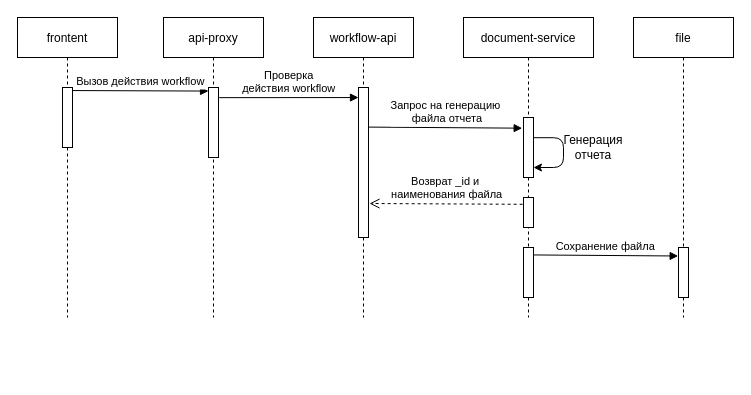
Earlier version of the draw.io diagram document-service/asyncExport.drawio (effective-group/docs-drawio). Source tidied: cells renumbered, new cells numbered last; positions are measured from the earlier drawing's top-left corner, leaving out a move shared by most shapes. Both pictures are drawn from the tidied source at 100%, with x=0, y=0 at pixel (17, 17).
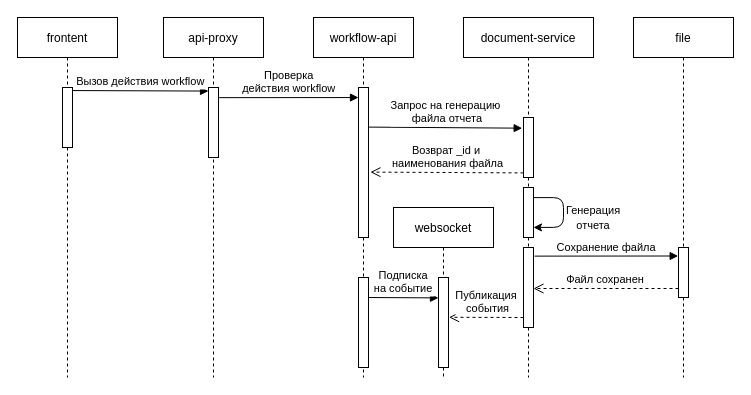
After the change.

Unchanged cells that the change refers to:
```xml
<mxCell id="14" style="points=[];perimeter=orthogonalPerimeter;rounded=0;shadow=0;strokeWidth=1;" parent="13" vertex="1">
  <mxGeometry x="45" y="230" width="10" height="50" as="geometry" />
</mxCell>
```

What changed in the source:
```diff
@@
     <mxCell id="2" value="frontent" style="shape=umlLifeline;perimeter=lifelinePerimeter;rounded=0;shadow=0;strokeWidth=1;" parent="1" vertex="1">
-      <mxGeometry width="100" height="300" as="geometry" />
+      <mxGeometry width="100" height="360" as="geometry" />
     </mxCell>
@@
     <mxCell id="4" value="api-proxy" style="shape=umlLifeline;perimeter=lifelinePerimeter;rounded=0;shadow=0;strokeWidth=1;" parent="1" vertex="1">
-      <mxGeometry x="146" width="100" height="300" as="geometry" />
+      <mxGeometry x="146" width="100" height="360" as="geometry" />
     </mxCell>
@@
     <mxCell id="6" value="workflow-api" style="shape=umlLifeline;perimeter=lifelinePerimeter;rounded=0;shadow=0;strokeWidth=1;" parent="1" vertex="1">
-      <mxGeometry x="296" width="100" height="300" as="geometry" />
+      <mxGeometry x="296" width="100" height="360" as="geometry" />
     </mxCell>
@@
+    <mxCell id="21" style="perimeter=orthogonalPerimeter;rounded=0;shadow=0;strokeWidth=1;" parent="6" vertex="1">
+      <mxGeometry x="45" y="260" width="10" height="90" as="geometry" />
+    </mxCell>
     <mxCell id="8" value="document-service" style="shape=umlLifeline;perimeter=lifelinePerimeter;rounded=0;shadow=0;strokeWidth=1;" parent="1" vertex="1">
-      <mxGeometry x="446" width="130" height="300" as="geometry" />
+      <mxGeometry x="446" width="130" height="360" as="geometry" />
     </mxCell>
@@
     <mxCell id="10" style="edgeStyle=elbowEdgeStyle;elbow=horizontal;endArrow=classic;html=1;exitX=1.039;exitY=0.003;exitDx=0;exitDy=0;exitPerimeter=0;" parent="8" edge="1">
       <mxGeometry relative="1" as="geometry">
-        <mxPoint x="70.4" y="120.2" as="sourcePoint" />
-        <mxPoint x="70" y="150" as="targetPoint" />
+        <mxPoint x="70.4" y="180.1" as="sourcePoint" />
+        <mxPoint x="70" y="209.9" as="targetPoint" />
         <Array as="points">
-          <mxPoint x="100" y="150" />
-          <mxPoint x="100" y="119" />
+          <mxPoint x="100" y="209.9" />
+          <mxPoint x="100" y="178.9" />
         </Array>
       </mxGeometry>
     </mxCell>
     <mxCell id="11" style="points=[];perimeter=orthogonalPerimeter;rounded=0;shadow=0;strokeWidth=1;" parent="8" vertex="1">
-      <mxGeometry x="60" y="180" width="10" height="30" as="geometry" />
+      <mxGeometry x="60" y="170" width="10" height="50" as="geometry" />
     </mxCell>
     <mxCell id="12" style="points=[];perimeter=orthogonalPerimeter;rounded=0;shadow=0;strokeWidth=1;" parent="8" vertex="1">
-      <mxGeometry x="60" y="230" width="10" height="50" as="geometry" />
+      <mxGeometry x="60" y="230" width="10" height="80" as="geometry" />
     </mxCell>
+    <mxCell id="20" value="Возврат _id и&#10; наименования файла" style="verticalAlign=bottom;endArrow=open;dashed=1;endSize=8;shadow=0;strokeWidth=1;exitX=-0.085;exitY=0.227;exitDx=0;exitDy=0;exitPerimeter=0;" parent="8" edge="1">
+      <mxGeometry relative="1" as="geometry">
+        <mxPoint x="60" y="155.4" as="sourcePoint" />
+        <mxPoint x="-93.1" y="154.6" as="targetPoint" />
+      </mxGeometry>
+    </mxCell>
+    <mxCell id="22" value="Публикация&#10; события" style="verticalAlign=bottom;endArrow=open;dashed=1;endSize=8;shadow=0;strokeWidth=1;exitX=-0.085;exitY=0.227;exitDx=0;exitDy=0;exitPerimeter=0;entryX=1.056;entryY=0.442;entryDx=0;entryDy=0;entryPerimeter=0;" parent="8" edge="1" target="25">
+      <mxGeometry relative="1" as="geometry">
+        <mxPoint x="60" y="300" as="sourcePoint" />
+      </mxGeometry>
+    </mxCell>
     <mxCell id="13" value="file" style="shape=umlLifeline;perimeter=lifelinePerimeter;rounded=0;shadow=0;strokeWidth=1;" parent="1" vertex="1">
-      <mxGeometry x="616" width="100" height="300" as="geometry" />
+      <mxGeometry x="616" width="100" height="360" as="geometry" />
     </mxCell>
@@
+    <mxCell id="23" value="Файл сохранен" style="verticalAlign=bottom;endArrow=open;dashed=1;endSize=8;shadow=0;strokeWidth=1;exitX=-0.085;exitY=0.227;exitDx=0;exitDy=0;exitPerimeter=0;" parent="13" edge="1">
+      <mxGeometry relative="1" as="geometry">
+        <mxPoint x="45" y="271" as="sourcePoint" />
+        <mxPoint x="-100" y="271" as="targetPoint" />
+      </mxGeometry>
+    </mxCell>
@@
-    <mxCell id="18" value="Генерация отчета" style="text;html=1;strokeColor=none;fillColor=none;align=center;verticalAlign=middle;whiteSpace=wrap;rounded=0;" parent="1" vertex="1">
-      <mxGeometry x="556" y="120" width="40" height="20" as="geometry" />
+    <mxCell id="18" value="&lt;font style=&quot;font-size: 11px;&quot;&gt;Генерация отчета&lt;/font&gt;" style="text;html=1;strokeColor=none;fillColor=none;align=center;verticalAlign=middle;whiteSpace=wrap;rounded=0;" parent="1" vertex="1">
+      <mxGeometry x="556" y="190" width="40" height="20" as="geometry" />
     </mxCell>
-    <mxCell id="19" value="Сохранение файла" style="verticalAlign=bottom;endArrow=block;shadow=0;strokeWidth=1;exitX=1.021;exitY=0.149;exitDx=0;exitDy=0;exitPerimeter=0;entryX=-0.032;entryY=0.17;entryDx=0;entryDy=0;entryPerimeter=0;" parent="1" edge="1" source="12" target="14">
+    <mxCell id="19" value="Сохранение файла" style="verticalAlign=bottom;endArrow=block;shadow=0;strokeWidth=1;exitX=1.11;exitY=0.108;exitDx=0;exitDy=0;exitPerimeter=0;entryX=-0.032;entryY=0.17;entryDx=0;entryDy=0;entryPerimeter=0;" parent="1" edge="1" source="12" target="14">
       <mxGeometry relative="1" as="geometry" />
     </mxCell>
-    <mxCell id="20" value="Возврат _id и&#10; наименования файла" style="verticalAlign=bottom;endArrow=open;dashed=1;endSize=8;shadow=0;strokeWidth=1;exitX=-0.085;exitY=0.227;exitDx=0;exitDy=0;exitPerimeter=0;" parent="1" edge="1" source="11">
-      <mxGeometry relative="1" as="geometry">
-        <mxPoint x="352" y="186" as="targetPoint" />
-      </mxGeometry>
-    </mxCell>
+    <mxCell id="24" value="websocket" style="shape=umlLifeline;perimeter=lifelinePerimeter;rounded=0;shadow=0;strokeWidth=1;" parent="1" vertex="1">
+      <mxGeometry x="376" y="190" width="100" height="170" as="geometry" />
+    </mxCell>
+    <mxCell id="25" style="points=[];perimeter=orthogonalPerimeter;rounded=0;shadow=0;strokeWidth=1;" parent="24" vertex="1">
+      <mxGeometry x="45" y="70" width="10" height="90" as="geometry" />
+    </mxCell>
+    <mxCell id="26" value="Подписка &#10;на событие" style="verticalAlign=bottom;endArrow=block;shadow=0;strokeWidth=1;exitX=0.993;exitY=0.164;exitDx=0;exitDy=0;exitPerimeter=0;entryX=-0.017;entryY=0.168;entryDx=0;entryDy=0;entryPerimeter=0;" parent="24" edge="1">
+      <mxGeometry relative="1" as="geometry">
+        <mxPoint x="-24.9" y="90" as="sourcePoint" />
+        <mxPoint x="45" y="90.4" as="targetPoint" />
+      </mxGeometry>
+    </mxCell>
```
